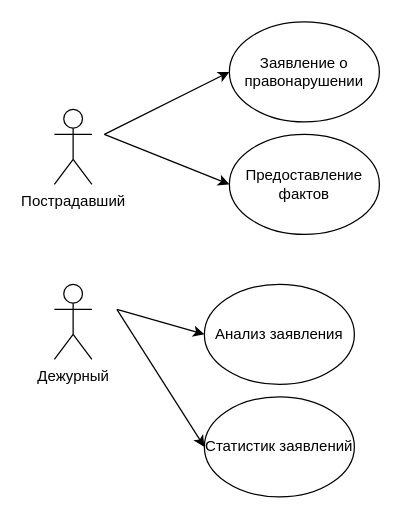
This is page "Страница 3" (3 of 3) of Диаграмма без названия.drawio from YagovkinaA/omp, a draw.io file, before an edit. Source tidied: cells renumbered, new cells numbered last; positions are measured from the earlier drawing's top-left corner, leaving out a move shared by most shapes. Both pictures are drawn from the tidied source at 125%, with x=0, y=0 at pixel (54, 21).
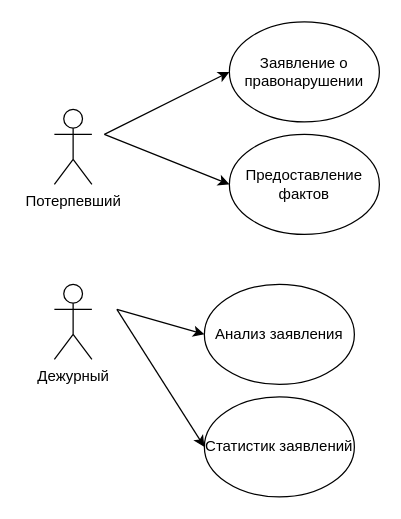
After the change.

Change to the diagram source:
```diff
@@
 <mxGraphModel>
   <root>
     <mxCell id="0" />
     <mxCell id="1" parent="0" />
-    <mxCell id="2" value="Пострадавший" style="shape=umlActor;verticalLabelPosition=bottom;verticalAlign=top;html=1;" parent="1" vertex="1">
+    <mxCell id="2" value="Потерпевший" style="shape=umlActor;verticalLabelPosition=bottom;verticalAlign=top;html=1;" parent="1" vertex="1">
       <mxGeometry y="70" width="30" height="60" as="geometry" />
     </mxCell>
     <mxCell id="3" value="Дежурный" style="shape=umlActor;verticalLabelPosition=bottom;verticalAlign=top;html=1;" parent="1" vertex="1">
       <mxGeometry y="210" width="30" height="60" as="geometry" />
     </mxCell>
     <mxCell id="4" value="Заявление о правонарушении" style="ellipse;whiteSpace=wrap;html=1;" parent="1" vertex="1">
       <mxGeometry x="140" width="120" height="80" as="geometry" />
     </mxCell>
     <mxCell id="5" value="Предоставление фактов" style="ellipse;whiteSpace=wrap;html=1;" parent="1" vertex="1">
       <mxGeometry x="140" y="90" width="120" height="80" as="geometry" />
     </mxCell>
     <mxCell id="6" value="Анализ заявления" style="ellipse;whiteSpace=wrap;html=1;" parent="1" vertex="1">
       <mxGeometry x="120" y="210" width="120" height="80" as="geometry" />
     </mxCell>
     <mxCell id="7" value="Статистик заявлений" style="ellipse;whiteSpace=wrap;html=1;" parent="1" vertex="1">
       <mxGeometry x="120" y="300" width="120" height="80" as="geometry" />
     </mxCell>
     <mxCell id="8" style="endArrow=classic;html=1;rounded=0;entryX=0;entryY=0.5;entryDx=0;entryDy=0;" parent="1" edge="1" target="4">
       <mxGeometry relative="1" as="geometry">
         <mxPoint x="40" y="90" as="sourcePoint" />
       </mxGeometry>
     </mxCell>
     <mxCell id="9" style="endArrow=classic;html=1;rounded=0;entryX=0;entryY=0.5;entryDx=0;entryDy=0;" parent="1" edge="1" target="5">
       <mxGeometry relative="1" as="geometry">
         <mxPoint x="40" y="90" as="sourcePoint" />
       </mxGeometry>
     </mxCell>
     <mxCell id="10" style="endArrow=classic;html=1;rounded=0;entryX=0;entryY=0.5;entryDx=0;entryDy=0;" parent="1" edge="1" target="6">
       <mxGeometry relative="1" as="geometry">
         <mxPoint x="50" y="230" as="sourcePoint" />
       </mxGeometry>
     </mxCell>
     <mxCell id="11" style="endArrow=classic;html=1;rounded=0;entryX=0;entryY=0.5;entryDx=0;entryDy=0;" parent="1" edge="1" target="7">
       <mxGeometry relative="1" as="geometry">
         <mxPoint x="50" y="230" as="sourcePoint" />
       </mxGeometry>
     </mxCell>
   </root>
 </mxGraphModel>
```
